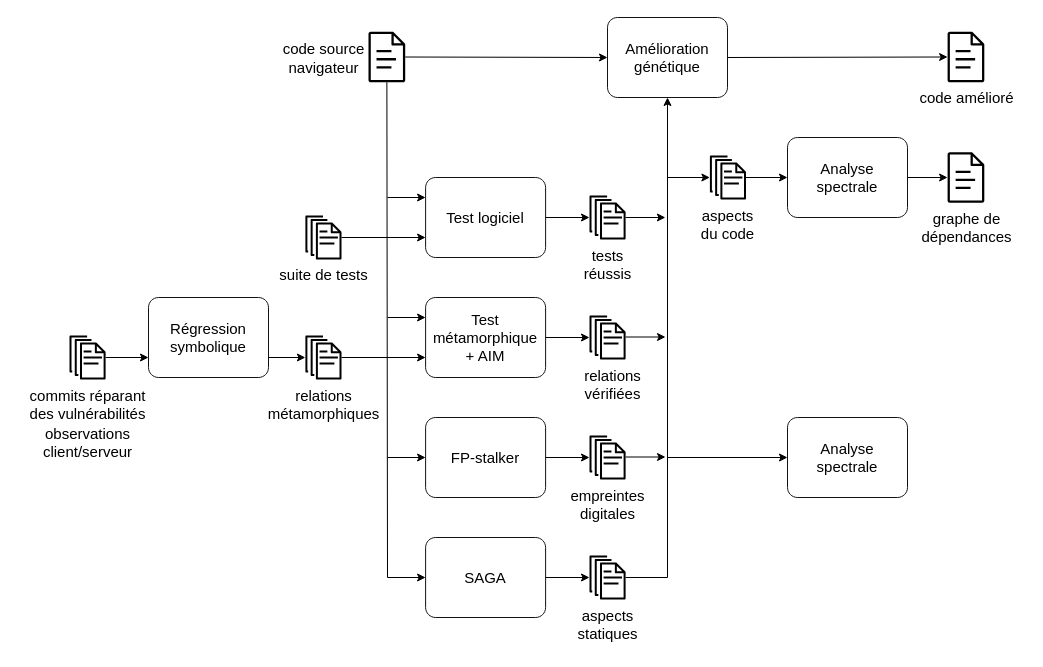
Before: researchProject2025.drawio in yoann-marquer/Diagrams, a draw.io diagram. Source tidied: cells renumbered, new cells numbered last; positions are measured from the earlier drawing's top-left corner, leaving out a move shared by most shapes. Both pictures are drawn from the tidied source at 100%, with x=0, y=0 at pixel (17, 17).
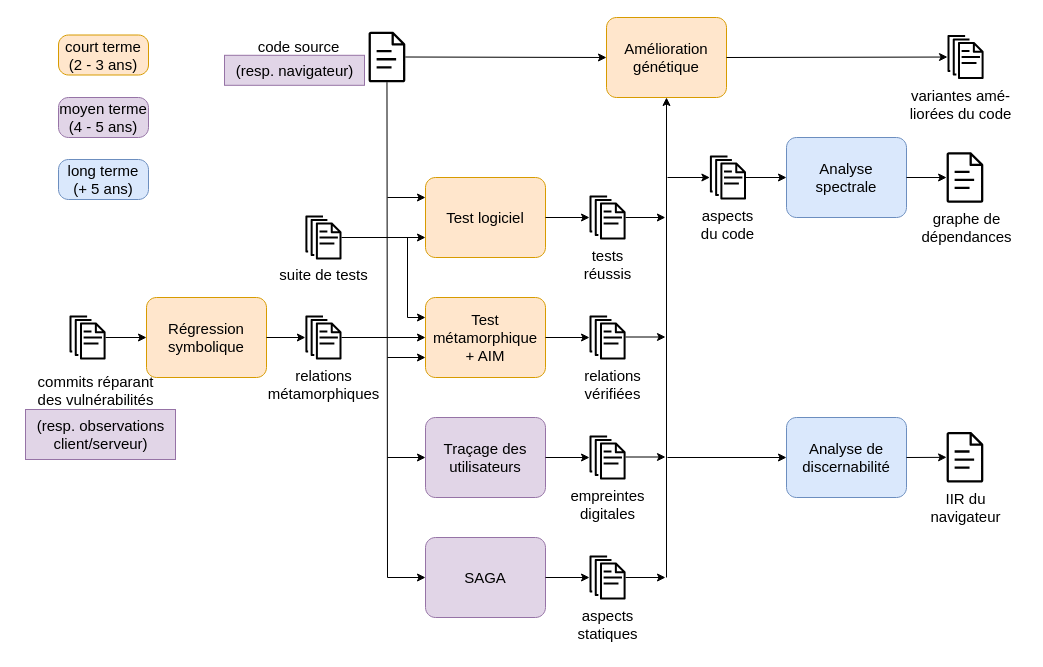
Above is the later version.

Commit message:
fin diagramme

The change refers to these unchanged cells:
```xml
<mxCell id="36" style="sketch=0;outlineConnect=0;fontColor=#232F3E;gradientColor=none;fillColor=#000000;strokeColor=none;dashed=0;verticalLabelPosition=bottom;verticalAlign=top;align=center;html=1;fontSize=12;fontStyle=0;shape=mxgraph.aws4.documents;" parent="1" vertex="1">
  <mxGeometry x="572" y="538" width="36.1" height="44" as="geometry" />
</mxCell>
```

The edit, as a diff of the source:
```diff
@@
     <mxCell id="2" style="sketch=0;outlineConnect=0;fontColor=#232F3E;gradientColor=none;fillColor=light-dark(#000000, #bec8d4);strokeColor=none;dashed=0;verticalLabelPosition=bottom;verticalAlign=top;align=center;html=1;fontSize=12;fontStyle=0;shape=mxgraph.aws4.document;" parent="1" vertex="1">
-      <mxGeometry x="350.9" y="14.2" width="36.9" height="50.5" as="geometry" />
+      <mxGeometry x="351" y="14.2" width="36.9" height="50.5" as="geometry" />
     </mxCell>
-    <mxCell id="3" value="&lt;div&gt;Amélioration&lt;/div&gt;&lt;div&gt;génétique&lt;/div&gt;" style="points=[[0.25,0,0],[0.5,0,0],[0.75,0,0],[1,0.25,0],[1,0.5,0],[1,0.75,0],[0.75,1,0],[0.5,1,0],[0.25,1,0],[0,0.75,0],[0,0.5,0],[0,0.25,0]];shape=mxgraph.bpmn.task;whiteSpace=wrap;rectStyle=rounded;size=10;html=1;taskMarker=abstract;strokeColor=#121212;fontSize=15;fillColor=#FFFFFF;" parent="1" vertex="1">
-      <mxGeometry x="590" width="120" height="80" as="geometry" />
+    <mxCell id="3" value="&lt;div&gt;Amélioration&lt;/div&gt;&lt;div&gt;génétique&lt;/div&gt;" style="points=[[0.25,0,0],[0.5,0,0],[0.75,0,0],[1,0.25,0],[1,0.5,0],[1,0.75,0],[0.75,1,0],[0.5,1,0],[0.25,1,0],[0,0.75,0],[0,0.5,0],[0,0.25,0]];shape=mxgraph.bpmn.task;whiteSpace=wrap;rectStyle=rounded;size=10;html=1;taskMarker=abstract;strokeColor=#d79b00;fontSize=15;fillColor=#ffe6cc;" parent="1" vertex="1">
+      <mxGeometry x="589" width="120" height="80" as="geometry" />
     </mxCell>
@@
-    <mxCell id="5" style="endArrow=classic;html=1;rounded=0;exitX=1;exitY=0.5;exitDx=0;exitDy=0;exitPerimeter=0;" parent="1" edge="1" source="3" target="45">
+    <mxCell id="5" style="endArrow=classic;html=1;rounded=0;exitX=1;exitY=0.5;exitDx=0;exitDy=0;exitPerimeter=0;" parent="1" edge="1" source="3" target="56">
       <mxGeometry relative="1" as="geometry" />
     </mxCell>
     <mxCell id="6" value="code source" style="text;html=1;align=center;verticalAlign=middle;strokeColor=none;fillColor=none;fontSize=15;" parent="1" vertex="1">
-      <mxGeometry x="251" y="16.2" width="110" height="30" as="geometry" />
+      <mxGeometry x="226" y="14.2" width="110" height="30" as="geometry" />
     </mxCell>
-    <mxCell id="7" value="code amélioré" style="text;html=1;align=center;verticalAlign=middle;strokeColor=none;fillColor=none;fontSize=15;" parent="1" vertex="1">
-      <mxGeometry x="888.5" y="64.8" width="120" height="30" as="geometry" />
+    <mxCell id="7" value="&lt;div&gt;variantes amé-&lt;/div&gt;&lt;div&gt;liorées du code&lt;/div&gt;" style="text;html=1;align=center;verticalAlign=middle;strokeColor=none;fillColor=none;fontSize=15;" parent="1" vertex="1">
+      <mxGeometry x="878" y="61.5" width="130" height="50" as="geometry" />
     </mxCell>
-    <mxCell id="8" value="Test logiciel" style="points=[[0.25,0,0],[0.5,0,0],[0.75,0,0],[1,0.25,0],[1,0.5,0],[1,0.75,0],[0.75,1,0],[0.5,1,0],[0.25,1,0],[0,0.75,0],[0,0.5,0],[0,0.25,0]];shape=mxgraph.bpmn.task;whiteSpace=wrap;rectStyle=rounded;size=10;html=1;taskMarker=abstract;strokeColor=#121212;fontSize=15;fillColor=#FFFFFF;" parent="1" vertex="1">
-      <mxGeometry x="408.1" y="160" width="120" height="80" as="geometry" />
+    <mxCell id="8" value="Test logiciel" style="points=[[0.25,0,0],[0.5,0,0],[0.75,0,0],[1,0.25,0],[1,0.5,0],[1,0.75,0],[0.75,1,0],[0.5,1,0],[0.25,1,0],[0,0.75,0],[0,0.5,0],[0,0.25,0]];shape=mxgraph.bpmn.task;whiteSpace=wrap;rectStyle=rounded;size=10;html=1;taskMarker=abstract;strokeColor=#d79b00;fontSize=15;fillColor=#ffe6cc;" parent="1" vertex="1">
+      <mxGeometry x="408" y="160" width="120" height="80" as="geometry" />
     </mxCell>
@@
-    <mxCell id="12" value="Test métamorphique&lt;br&gt;+ AIM" style="points=[[0.25,0,0],[0.5,0,0],[0.75,0,0],[1,0.25,0],[1,0.5,0],[1,0.75,0],[0.75,1,0],[0.5,1,0],[0.25,1,0],[0,0.75,0],[0,0.5,0],[0,0.25,0]];shape=mxgraph.bpmn.task;whiteSpace=wrap;rectStyle=rounded;size=10;html=1;taskMarker=abstract;strokeColor=#121212;fontSize=15;fillColor=#FFFFFF;" parent="1" vertex="1">
-      <mxGeometry x="408.1" y="280" width="120" height="80" as="geometry" />
+    <mxCell id="12" value="Test métamorphique&lt;br&gt;+ AIM" style="points=[[0.25,0,0],[0.5,0,0],[0.75,0,0],[1,0.25,0],[1,0.5,0],[1,0.75,0],[0.75,1,0],[0.5,1,0],[0.25,1,0],[0,0.75,0],[0,0.5,0],[0,0.25,0]];shape=mxgraph.bpmn.task;whiteSpace=wrap;rectStyle=rounded;size=10;html=1;taskMarker=abstract;strokeColor=#d79b00;fontSize=15;fillColor=#ffe6cc;" parent="1" vertex="1">
+      <mxGeometry x="408" y="280" width="120" height="80" as="geometry" />
     </mxCell>
     <mxCell id="13" style="sketch=0;outlineConnect=0;fontColor=#232F3E;gradientColor=none;fillColor=#000000;strokeColor=none;dashed=0;verticalLabelPosition=bottom;verticalAlign=top;align=center;html=1;fontSize=12;fontStyle=0;shape=mxgraph.aws4.documents;" parent="1" vertex="1">
-      <mxGeometry x="287.9" y="318" width="36.1" height="44" as="geometry" />
+      <mxGeometry x="287.9" y="298" width="36.1" height="44" as="geometry" />
     </mxCell>
-    <mxCell id="14" style="endArrow=classic;html=1;rounded=0;entryX=0;entryY=0.75;entryDx=0;entryDy=0;entryPerimeter=0;" parent="1" edge="1" source="13" target="12">
+    <mxCell id="14" style="endArrow=classic;html=1;rounded=0;entryX=0;entryY=0.5;entryDx=0;entryDy=0;entryPerimeter=0;" parent="1" edge="1" source="13" target="12">
       <mxGeometry relative="1" as="geometry" />
     </mxCell>
     <mxCell id="15" value="&lt;div&gt;relations&lt;/div&gt;&lt;div&gt;métamorphiques&lt;/div&gt;" style="text;html=1;align=center;verticalAlign=middle;strokeColor=none;fillColor=none;fontSize=15;" parent="1" vertex="1">
-      <mxGeometry x="236" y="362" width="140" height="50" as="geometry" />
+      <mxGeometry x="236" y="342" width="140" height="50" as="geometry" />
     </mxCell>
-    <mxCell id="16" value="Régression symbolique" style="points=[[0.25,0,0],[0.5,0,0],[0.75,0,0],[1,0.25,0],[1,0.5,0],[1,0.75,0],[0.75,1,0],[0.5,1,0],[0.25,1,0],[0,0.75,0],[0,0.5,0],[0,0.25,0]];shape=mxgraph.bpmn.task;whiteSpace=wrap;rectStyle=rounded;size=10;html=1;taskMarker=abstract;strokeColor=#121212;fontSize=15;fillColor=#FFFFFF;" parent="1" vertex="1">
-      <mxGeometry x="131" y="280" width="120" height="80" as="geometry" />
+    <mxCell id="16" value="Régression symbolique" style="points=[[0.25,0,0],[0.5,0,0],[0.75,0,0],[1,0.25,0],[1,0.5,0],[1,0.75,0],[0.75,1,0],[0.5,1,0],[0.25,1,0],[0,0.75,0],[0,0.5,0],[0,0.25,0]];shape=mxgraph.bpmn.task;whiteSpace=wrap;rectStyle=rounded;size=10;html=1;taskMarker=abstract;strokeColor=#d79b00;fontSize=15;fillColor=#ffe6cc;" parent="1" vertex="1">
+      <mxGeometry x="129" y="280" width="120" height="80" as="geometry" />
     </mxCell>
-    <mxCell id="17" style="endArrow=classic;html=1;rounded=0;exitX=1;exitY=0.75;exitDx=0;exitDy=0;exitPerimeter=0;" parent="1" edge="1" source="16" target="13">
+    <mxCell id="17" style="endArrow=classic;html=1;rounded=0;exitX=1;exitY=0.5;exitDx=0;exitDy=0;exitPerimeter=0;" parent="1" edge="1" source="16" target="13">
       <mxGeometry relative="1" as="geometry" />
     </mxCell>
     <mxCell id="18" style="sketch=0;outlineConnect=0;fontColor=#232F3E;gradientColor=none;fillColor=#000000;strokeColor=none;dashed=0;verticalLabelPosition=bottom;verticalAlign=top;align=center;html=1;fontSize=12;fontStyle=0;shape=mxgraph.aws4.documents;" parent="1" vertex="1">
-      <mxGeometry x="52" y="318" width="36.1" height="44" as="geometry" />
+      <mxGeometry x="52" y="298" width="36.1" height="44" as="geometry" />
     </mxCell>
-    <mxCell id="19" style="endArrow=classic;html=1;rounded=0;entryX=0;entryY=0.75;entryDx=0;entryDy=0;entryPerimeter=0;" parent="1" edge="1" source="18" target="16">
+    <mxCell id="19" style="endArrow=classic;html=1;rounded=0;entryX=0;entryY=0.5;entryDx=0;entryDy=0;entryPerimeter=0;" parent="1" edge="1" source="18" target="16">
       <mxGeometry relative="1" as="geometry" />
     </mxCell>
     <mxCell id="20" value="&lt;div&gt;commits réparant&lt;/div&gt;&lt;div&gt;des vulnérabilités&lt;/div&gt;" style="text;html=1;align=center;verticalAlign=middle;strokeColor=none;fillColor=none;fontSize=15;" parent="1" vertex="1">
-      <mxGeometry y="362" width="140" height="50" as="geometry" />
+      <mxGeometry x="8" y="348" width="140" height="50" as="geometry" />
     </mxCell>
@@
-    <mxCell id="27" style="endArrow=classic;html=1;rounded=0;entryX=0.5;entryY=1;entryDx=0;entryDy=0;entryPerimeter=0;" parent="1" edge="1" source="36" target="3">
-      <mxGeometry relative="1" as="geometry">
-        <Array as="points">
-          <mxPoint x="650" y="560" />
-        </Array>
-      </mxGeometry>
-    </mxCell>
@@
-    <mxCell id="29" value="&lt;div&gt;observations&lt;/div&gt;&lt;div&gt;client/serveur&lt;/div&gt;" style="text;html=1;align=center;verticalAlign=middle;strokeColor=none;fillColor=none;fontSize=15;" parent="1" vertex="1">
-      <mxGeometry x="15" y="400" width="110" height="50" as="geometry" />
+    <mxCell id="29" value="&lt;div&gt;(resp. observations&lt;/div&gt;&lt;div&gt;client/serveur)&lt;/div&gt;" style="text;html=1;align=center;verticalAlign=middle;strokeColor=#9673a6;fillColor=#e1d5e7;fontSize=15;" parent="1" vertex="1">
+      <mxGeometry x="8" y="392" width="150" height="50" as="geometry" />
     </mxCell>
-    <mxCell id="30" value="navigateur" style="text;html=1;align=center;verticalAlign=middle;strokeColor=none;fillColor=none;fontSize=15;" parent="1" vertex="1">
-      <mxGeometry x="261" y="34.8" width="90" height="30" as="geometry" />
+    <mxCell id="30" value="(resp. navigateur)" style="text;html=1;align=center;verticalAlign=middle;strokeColor=#9673a6;fillColor=#e1d5e7;fontSize=15;" parent="1" vertex="1">
+      <mxGeometry x="207" y="37.8" width="140" height="30" as="geometry" />
     </mxCell>
-    <mxCell id="31" value="FP-stalker" style="points=[[0.25,0,0],[0.5,0,0],[0.75,0,0],[1,0.25,0],[1,0.5,0],[1,0.75,0],[0.75,1,0],[0.5,1,0],[0.25,1,0],[0,0.75,0],[0,0.5,0],[0,0.25,0]];shape=mxgraph.bpmn.task;whiteSpace=wrap;rectStyle=rounded;size=10;html=1;taskMarker=abstract;strokeColor=#121212;fontSize=15;fillColor=#FFFFFF;" parent="1" vertex="1">
-      <mxGeometry x="408.1" y="400" width="120" height="80" as="geometry" />
+    <mxCell id="31" value="&lt;div&gt;Traçage des&lt;/div&gt;&lt;div&gt;utilisateurs&lt;/div&gt;" style="points=[[0.25,0,0],[0.5,0,0],[0.75,0,0],[1,0.25,0],[1,0.5,0],[1,0.75,0],[0.75,1,0],[0.5,1,0],[0.25,1,0],[0,0.75,0],[0,0.5,0],[0,0.25,0]];shape=mxgraph.bpmn.task;whiteSpace=wrap;rectStyle=rounded;size=10;html=1;taskMarker=abstract;strokeColor=#9673a6;fontSize=15;fillColor=#e1d5e7;" parent="1" vertex="1">
+      <mxGeometry x="408" y="400" width="120" height="80" as="geometry" />
     </mxCell>
@@
-    <mxCell id="35" value="SAGA" style="points=[[0.25,0,0],[0.5,0,0],[0.75,0,0],[1,0.25,0],[1,0.5,0],[1,0.75,0],[0.75,1,0],[0.5,1,0],[0.25,1,0],[0,0.75,0],[0,0.5,0],[0,0.25,0]];shape=mxgraph.bpmn.task;whiteSpace=wrap;rectStyle=rounded;size=10;html=1;taskMarker=abstract;strokeColor=#121212;fontSize=15;fillColor=#FFFFFF;" parent="1" vertex="1">
-      <mxGeometry x="408.1" y="520" width="120" height="80" as="geometry" />
+    <mxCell id="35" value="SAGA" style="points=[[0.25,0,0],[0.5,0,0],[0.75,0,0],[1,0.25,0],[1,0.5,0],[1,0.75,0],[0.75,1,0],[0.5,1,0],[0.25,1,0],[0,0.75,0],[0,0.5,0],[0,0.25,0]];shape=mxgraph.bpmn.task;whiteSpace=wrap;rectStyle=rounded;size=10;html=1;taskMarker=abstract;strokeColor=#9673a6;fontSize=15;fillColor=#e1d5e7;" parent="1" vertex="1">
+      <mxGeometry x="408" y="520" width="120" height="80" as="geometry" />
     </mxCell>
@@
-    <mxCell id="41" style="endArrow=classic;html=1;rounded=0;entryX=0;entryY=0.25;entryDx=0;entryDy=0;entryPerimeter=0;" parent="1" edge="1" target="12">
+    <mxCell id="41" style="endArrow=classic;html=1;rounded=0;entryX=0;entryY=0.75;entryDx=0;entryDy=0;entryPerimeter=0;" parent="1" edge="1" target="12">
       <mxGeometry relative="1" as="geometry">
-        <mxPoint x="370" y="300" as="sourcePoint" />
+        <mxPoint x="370" y="340" as="sourcePoint" />
       </mxGeometry>
     </mxCell>
@@
-    <mxCell id="45" style="sketch=0;outlineConnect=0;fontColor=#232F3E;gradientColor=none;fillColor=light-dark(#000000, #bec8d4);strokeColor=none;dashed=0;verticalLabelPosition=bottom;verticalAlign=top;align=center;html=1;fontSize=12;fontStyle=0;shape=mxgraph.aws4.document;" parent="1" vertex="1">
-      <mxGeometry x="930" y="14.2" width="36.9" height="50.5" as="geometry" />
-    </mxCell>
-    <mxCell id="46" value="Analyse spectrale" style="points=[[0.25,0,0],[0.5,0,0],[0.75,0,0],[1,0.25,0],[1,0.5,0],[1,0.75,0],[0.75,1,0],[0.5,1,0],[0.25,1,0],[0,0.75,0],[0,0.5,0],[0,0.25,0]];shape=mxgraph.bpmn.task;whiteSpace=wrap;rectStyle=rounded;size=10;html=1;taskMarker=abstract;strokeColor=#121212;fontSize=15;fillColor=#FFFFFF;" parent="1" vertex="1">
-      <mxGeometry x="770" y="120" width="120" height="80" as="geometry" />
+    <mxCell id="46" value="Analyse spectrale" style="points=[[0.25,0,0],[0.5,0,0],[0.75,0,0],[1,0.25,0],[1,0.5,0],[1,0.75,0],[0.75,1,0],[0.5,1,0],[0.25,1,0],[0,0.75,0],[0,0.5,0],[0,0.25,0]];shape=mxgraph.bpmn.task;whiteSpace=wrap;rectStyle=rounded;size=10;html=1;taskMarker=abstract;strokeColor=#6c8ebf;fontSize=15;fillColor=#dae8fc;" parent="1" vertex="1">
+      <mxGeometry x="769" y="120" width="120" height="80" as="geometry" />
     </mxCell>
@@
     <mxCell id="51" style="sketch=0;outlineConnect=0;fontColor=#232F3E;gradientColor=none;fillColor=light-dark(#000000, #bec8d4);strokeColor=none;dashed=0;verticalLabelPosition=bottom;verticalAlign=top;align=center;html=1;fontSize=12;fontStyle=0;shape=mxgraph.aws4.document;" parent="1" vertex="1">
-      <mxGeometry x="930" y="134.8" width="36.9" height="50.5" as="geometry" />
+      <mxGeometry x="929" y="134.8" width="36.9" height="50.5" as="geometry" />
     </mxCell>
@@
-    <mxCell id="54" value="Analyse spectrale" style="points=[[0.25,0,0],[0.5,0,0],[0.75,0,0],[1,0.25,0],[1,0.5,0],[1,0.75,0],[0.75,1,0],[0.5,1,0],[0.25,1,0],[0,0.75,0],[0,0.5,0],[0,0.25,0]];shape=mxgraph.bpmn.task;whiteSpace=wrap;rectStyle=rounded;size=10;html=1;taskMarker=abstract;strokeColor=#121212;fontSize=15;fillColor=#FFFFFF;" parent="1" vertex="1">
-      <mxGeometry x="770" y="400" width="120" height="80" as="geometry" />
+    <mxCell id="54" value="Analyse de discernabilité" style="points=[[0.25,0,0],[0.5,0,0],[0.75,0,0],[1,0.25,0],[1,0.5,0],[1,0.75,0],[0.75,1,0],[0.5,1,0],[0.25,1,0],[0,0.75,0],[0,0.5,0],[0,0.25,0]];shape=mxgraph.bpmn.task;whiteSpace=wrap;rectStyle=rounded;size=10;html=1;taskMarker=abstract;strokeColor=#6c8ebf;fontSize=15;fillColor=#dae8fc;" parent="1" vertex="1">
+      <mxGeometry x="769" y="400" width="120" height="80" as="geometry" />
     </mxCell>
@@
+    <mxCell id="56" style="sketch=0;outlineConnect=0;fontColor=#232F3E;gradientColor=none;fillColor=#000000;strokeColor=none;dashed=0;verticalLabelPosition=bottom;verticalAlign=top;align=center;html=1;fontSize=12;fontStyle=0;shape=mxgraph.aws4.documents;" parent="1" vertex="1">
+      <mxGeometry x="930" y="17.5" width="36.1" height="44" as="geometry" />
+    </mxCell>
+    <mxCell id="57" style="endArrow=classic;html=1;rounded=0;entryX=0;entryY=0.25;entryDx=0;entryDy=0;entryPerimeter=0;" parent="1" edge="1" target="12">
+      <mxGeometry relative="1" as="geometry">
+        <mxPoint x="390" y="220" as="sourcePoint" />
+        <Array as="points">
+          <mxPoint x="390" y="300" />
+        </Array>
+      </mxGeometry>
+    </mxCell>
+    <mxCell id="58" value="&lt;div&gt;court terme&lt;/div&gt;&lt;div&gt;(2 - 3 ans)&lt;/div&gt;" style="shape=mxgraph.bpmn.task;whiteSpace=wrap;rectStyle=rounded;size=10;html=1;taskMarker=abstract;strokeColor=#d79b00;fontSize=15;fillColor=#ffe6cc;" parent="1" vertex="1">
+      <mxGeometry x="41" y="17.5" width="90" height="40" as="geometry" />
+    </mxCell>
+    <mxCell id="59" value="&lt;div&gt;moyen terme&lt;/div&gt;&lt;div&gt;(4 - 5 ans)&lt;/div&gt;" style="shape=mxgraph.bpmn.task;whiteSpace=wrap;rectStyle=rounded;size=10;html=1;taskMarker=abstract;strokeColor=#9673a6;fontSize=15;fillColor=#e1d5e7;" parent="1" vertex="1">
+      <mxGeometry x="41" y="80" width="90" height="40" as="geometry" />
+    </mxCell>
+    <mxCell id="60" value="&lt;div&gt;long terme&lt;/div&gt;&lt;div&gt;(+ 5 ans)&lt;/div&gt;" style="shape=mxgraph.bpmn.task;whiteSpace=wrap;rectStyle=rounded;size=10;html=1;taskMarker=abstract;strokeColor=#6c8ebf;fontSize=15;fillColor=#dae8fc;" parent="1" vertex="1">
+      <mxGeometry x="41" y="142" width="90" height="40" as="geometry" />
+    </mxCell>
+    <mxCell id="61" style="sketch=0;outlineConnect=0;fontColor=#232F3E;gradientColor=none;fillColor=light-dark(#000000, #bec8d4);strokeColor=none;dashed=0;verticalLabelPosition=bottom;verticalAlign=top;align=center;html=1;fontSize=12;fontStyle=0;shape=mxgraph.aws4.document;" parent="1" vertex="1">
+      <mxGeometry x="929" y="414.5" width="36.9" height="50.5" as="geometry" />
+    </mxCell>
+    <mxCell id="62" value="&lt;div&gt;IIR du&lt;/div&gt;&lt;div&gt;navigateur&lt;/div&gt;" style="text;html=1;align=center;verticalAlign=middle;strokeColor=none;fillColor=none;fontSize=15;" parent="1" vertex="1">
+      <mxGeometry x="903.1" y="465" width="90" height="50" as="geometry" />
+    </mxCell>
+    <mxCell id="63" style="endArrow=classic;html=1;rounded=0;exitX=1;exitY=0.5;exitDx=0;exitDy=0;exitPerimeter=0;" parent="1" edge="1" source="54" target="61">
+      <mxGeometry relative="1" as="geometry" />
+    </mxCell>
+    <mxCell id="64" style="endArrow=classic;html=1;rounded=0;" parent="1" edge="1" source="36">
+      <mxGeometry relative="1" as="geometry">
+        <mxPoint x="648" y="560" as="targetPoint" />
+      </mxGeometry>
+    </mxCell>
+    <mxCell id="65" style="endArrow=classic;html=1;rounded=0;entryX=0.5;entryY=1;entryDx=0;entryDy=0;entryPerimeter=0;" parent="1" edge="1" target="3">
+      <mxGeometry relative="1" as="geometry">
+        <mxPoint x="649" y="560" as="sourcePoint" />
+      </mxGeometry>
+    </mxCell>
```
